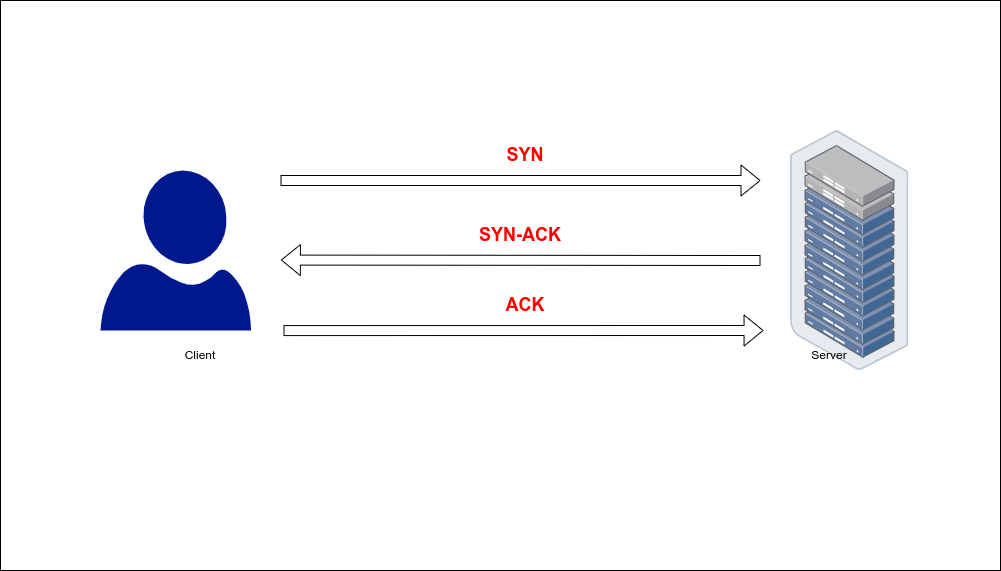
This is Untitled Diagram.drawio.png from Aswin-Vijayan/diagram, a draw.io export, as it was before one commit. Source tidied: cells renumbered, new cells last; positions are measured from the earlier drawing's top-left corner, leaving out a move shared by most shapes.
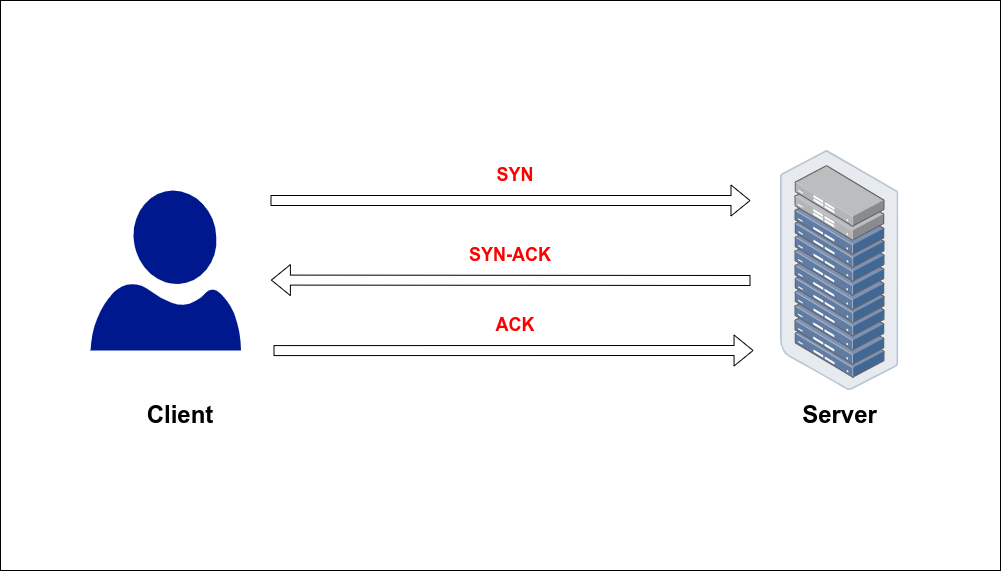
The same file after the commit.

Diff of the diagram source:
```diff
@@ -3,7 +3,7 @@
     <mxCell id="0" />
     <mxCell id="1" parent="0" />
     <mxCell id="2" style="rounded=0;whiteSpace=wrap;html=1;" parent="1" vertex="1">
-      <mxGeometry width="1000" height="570" as="geometry" />
+      <mxGeometry x="10" y="-20" width="1000" height="570" as="geometry" />
     </mxCell>
     <mxCell id="3" style="sketch=0;shadow=0;dashed=0;html=1;strokeColor=none;labelPosition=center;verticalLabelPosition=bottom;verticalAlign=top;align=center;fillColor=#00188D;shape=mxgraph.azure.user;" parent="1" vertex="1">
       <mxGeometry x="100" y="170" width="150.4" height="160" as="geometry" />
@@ -11,11 +11,11 @@
     <mxCell id="4" style="html=1;align=center;shadow=0;dashed=0;image;image=img/lib/allied_telesis/storage/Datacenter_Server_Rack_ToR.svg;" parent="1" vertex="1">
       <mxGeometry x="790" y="130" width="118.4" height="240" as="geometry" />
     </mxCell>
-    <mxCell id="5" value="Client" style="text;html=1;strokeColor=none;fillColor=none;align=center;verticalAlign=middle;whiteSpace=wrap;rounded=0;" parent="1" vertex="1">
-      <mxGeometry x="170" y="340" width="60" height="30" as="geometry" />
+    <mxCell id="5" value="&lt;font style=&quot;font-size: 24px;&quot;&gt;&lt;b&gt;Client&lt;/b&gt;&lt;/font&gt;" style="text;html=1;strokeColor=none;fillColor=none;align=center;verticalAlign=middle;whiteSpace=wrap;rounded=0;" parent="1" vertex="1">
+      <mxGeometry x="150" y="380" width="80" height="30" as="geometry" />
     </mxCell>
-    <mxCell id="6" value="Server" style="text;html=1;strokeColor=none;fillColor=none;align=center;verticalAlign=middle;whiteSpace=wrap;rounded=0;" parent="1" vertex="1">
-      <mxGeometry x="799.2" y="340" width="60" height="30" as="geometry" />
+    <mxCell id="6" value="&lt;font style=&quot;font-size: 24px;&quot;&gt;&lt;b&gt;Server&lt;/b&gt;&lt;/font&gt;" style="text;html=1;strokeColor=none;fillColor=none;align=center;verticalAlign=middle;whiteSpace=wrap;rounded=0;" parent="1" vertex="1">
+      <mxGeometry x="808.8" y="380" width="80.8" height="30" as="geometry" />
     </mxCell>
     <mxCell id="7" style="shape=flexArrow;endArrow=classic;html=1;rounded=0;" parent="1" edge="1">
       <mxGeometry relative="1" as="geometry">
```
